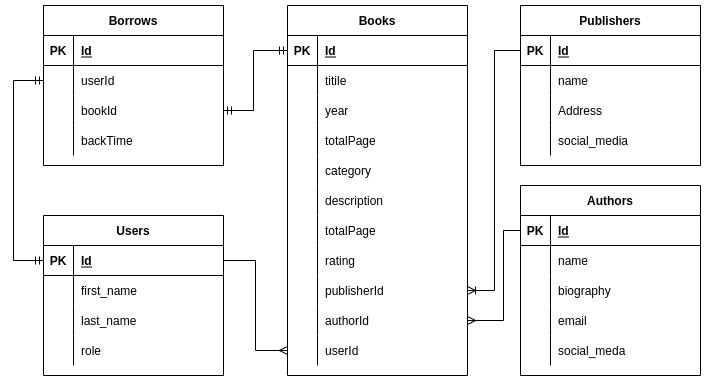
The draw.io diagram ERD-Schema.png in Giffari17/Lib-Man, before a commit. Source tidied: cells renumbered, new cells last; positions are measured from the earlier drawing's top-left corner, leaving out a move shared by most shapes.
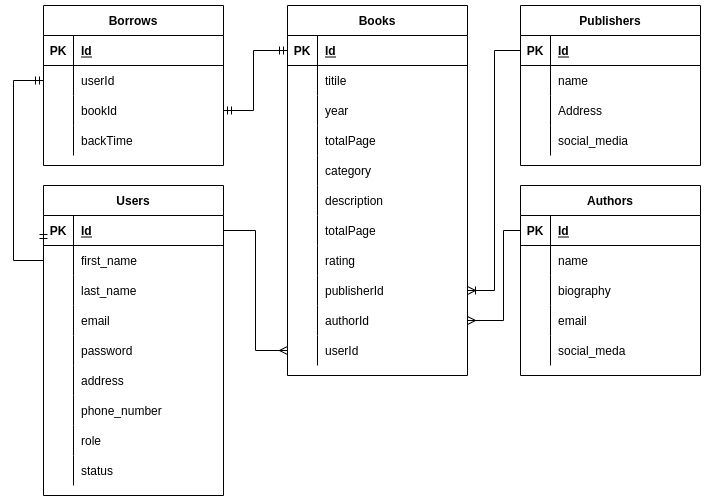
After the commit.

Commit message:
Update ERD Schema, API_Docs, and Website end points

The edit, as a diff of the source:
```diff
@@ -3,7 +3,7 @@
     <mxCell id="0" />
     <mxCell id="1" parent="0" />
     <mxCell id="2" value="Users" style="shape=table;startSize=30;rowLines=0;fontStyle=1;align=center;" parent="1" vertex="1">
-      <mxGeometry x="30" y="210" width="180" height="160" as="geometry" />
+      <mxGeometry x="30" y="180" width="180" height="310" as="geometry" />
     </mxCell>
     <mxCell id="3" style="shape=tableRow;horizontal=0;startSize=0;swimlaneHead=0;swimlaneBody=0;fillColor=none;points=[[0,0.5],[1,0.5]];portConstraint=eastwest;top=0;left=0;right=0;bottom=1;" parent="2" vertex="1">
       <mxGeometry y="30" width="180" height="30" as="geometry" />
@@ -32,8 +32,44 @@
     <mxCell id="11" value="last_name" style="shape=partialRectangle;fillColor=none;top=0;left=0;bottom=0;right=0;align=left;spacingLeft=6;overflow=hidden;" parent="9" vertex="1">
       <mxGeometry x="30" width="150" height="30" as="geometry" />
     </mxCell>
+    <mxCell id="96" style="shape=tableRow;horizontal=0;startSize=0;swimlaneHead=0;swimlaneBody=0;fillColor=none;top=0;left=0;right=0;bottom=0;" parent="2" vertex="1">
+      <mxGeometry y="120" width="180" height="30" as="geometry" />
+    </mxCell>
+    <mxCell id="97" style="shape=partialRectangle;fillColor=none;top=0;left=0;bottom=0;right=0;overflow=hidden;" parent="96" vertex="1">
+      <mxGeometry width="30" height="30" as="geometry" />
+    </mxCell>
+    <mxCell id="98" value="email" style="shape=partialRectangle;fillColor=none;top=0;left=0;bottom=0;right=0;align=left;spacingLeft=6;overflow=hidden;" parent="96" vertex="1">
+      <mxGeometry x="30" width="150" height="30" as="geometry" />
+    </mxCell>
+    <mxCell id="99" style="shape=tableRow;horizontal=0;startSize=0;swimlaneHead=0;swimlaneBody=0;fillColor=none;top=0;left=0;right=0;bottom=0;" parent="2" vertex="1">
+      <mxGeometry y="150" width="180" height="30" as="geometry" />
+    </mxCell>
+    <mxCell id="100" style="shape=partialRectangle;fillColor=none;top=0;left=0;bottom=0;right=0;overflow=hidden;" parent="99" vertex="1">
+      <mxGeometry width="30" height="30" as="geometry" />
+    </mxCell>
+    <mxCell id="101" value="password" style="shape=partialRectangle;fillColor=none;top=0;left=0;bottom=0;right=0;align=left;spacingLeft=6;overflow=hidden;" parent="99" vertex="1">
+      <mxGeometry x="30" width="150" height="30" as="geometry" />
+    </mxCell>
+    <mxCell id="102" style="shape=tableRow;horizontal=0;startSize=0;swimlaneHead=0;swimlaneBody=0;fillColor=none;top=0;left=0;right=0;bottom=0;" parent="2" vertex="1">
+      <mxGeometry y="180" width="180" height="30" as="geometry" />
+    </mxCell>
+    <mxCell id="103" style="shape=partialRectangle;fillColor=none;top=0;left=0;bottom=0;right=0;overflow=hidden;" parent="102" vertex="1">
+      <mxGeometry width="30" height="30" as="geometry" />
+    </mxCell>
+    <mxCell id="104" value="address" style="shape=partialRectangle;fillColor=none;top=0;left=0;bottom=0;right=0;align=left;spacingLeft=6;overflow=hidden;" parent="102" vertex="1">
+      <mxGeometry x="30" width="150" height="30" as="geometry" />
+    </mxCell>
+    <mxCell id="105" style="shape=tableRow;horizontal=0;startSize=0;swimlaneHead=0;swimlaneBody=0;fillColor=none;top=0;left=0;right=0;bottom=0;" parent="2" vertex="1">
+      <mxGeometry y="210" width="180" height="30" as="geometry" />
+    </mxCell>
+    <mxCell id="106" style="shape=partialRectangle;fillColor=none;top=0;left=0;bottom=0;right=0;overflow=hidden;" parent="105" vertex="1">
+      <mxGeometry width="30" height="30" as="geometry" />
+    </mxCell>
+    <mxCell id="107" value="phone_number" style="shape=partialRectangle;fillColor=none;top=0;left=0;bottom=0;right=0;align=left;spacingLeft=6;overflow=hidden;" parent="105" vertex="1">
+      <mxGeometry x="30" width="150" height="30" as="geometry" />
+    </mxCell>
     <mxCell id="12" style="shape=tableRow;horizontal=0;startSize=0;swimlaneHead=0;swimlaneBody=0;fillColor=none;top=0;left=0;right=0;bottom=0;" parent="2" vertex="1">
-      <mxGeometry y="120" width="180" height="30" as="geometry" />
+      <mxGeometry y="240" width="180" height="30" as="geometry" />
     </mxCell>
     <mxCell id="13" style="shape=partialRectangle;fillColor=none;top=0;left=0;bottom=0;right=0;overflow=hidden;" parent="12" vertex="1">
       <mxGeometry width="30" height="30" as="geometry" />
@@ -41,6 +77,15 @@
     <mxCell id="14" value="role" style="shape=partialRectangle;fillColor=none;top=0;left=0;bottom=0;right=0;align=left;spacingLeft=6;overflow=hidden;" parent="12" vertex="1">
       <mxGeometry x="30" width="150" height="30" as="geometry" />
     </mxCell>
+    <mxCell id="108" style="shape=tableRow;horizontal=0;startSize=0;swimlaneHead=0;swimlaneBody=0;fillColor=none;top=0;left=0;right=0;bottom=0;" parent="2" vertex="1">
+      <mxGeometry y="270" width="180" height="30" as="geometry" />
+    </mxCell>
+    <mxCell id="109" style="shape=partialRectangle;fillColor=none;top=0;left=0;bottom=0;right=0;overflow=hidden;" parent="108" vertex="1">
+      <mxGeometry width="30" height="30" as="geometry" />
+    </mxCell>
+    <mxCell id="110" value="status" style="shape=partialRectangle;fillColor=none;top=0;left=0;bottom=0;right=0;align=left;spacingLeft=6;overflow=hidden;" parent="108" vertex="1">
+      <mxGeometry x="30" width="150" height="30" as="geometry" />
+    </mxCell>
     <mxCell id="15" value="Books" style="shape=table;startSize=30;rowLines=0;fontStyle=1;align=center;" parent="1" vertex="1">
       <mxGeometry x="274" width="180" height="370" as="geometry" />
     </mxCell>
```
